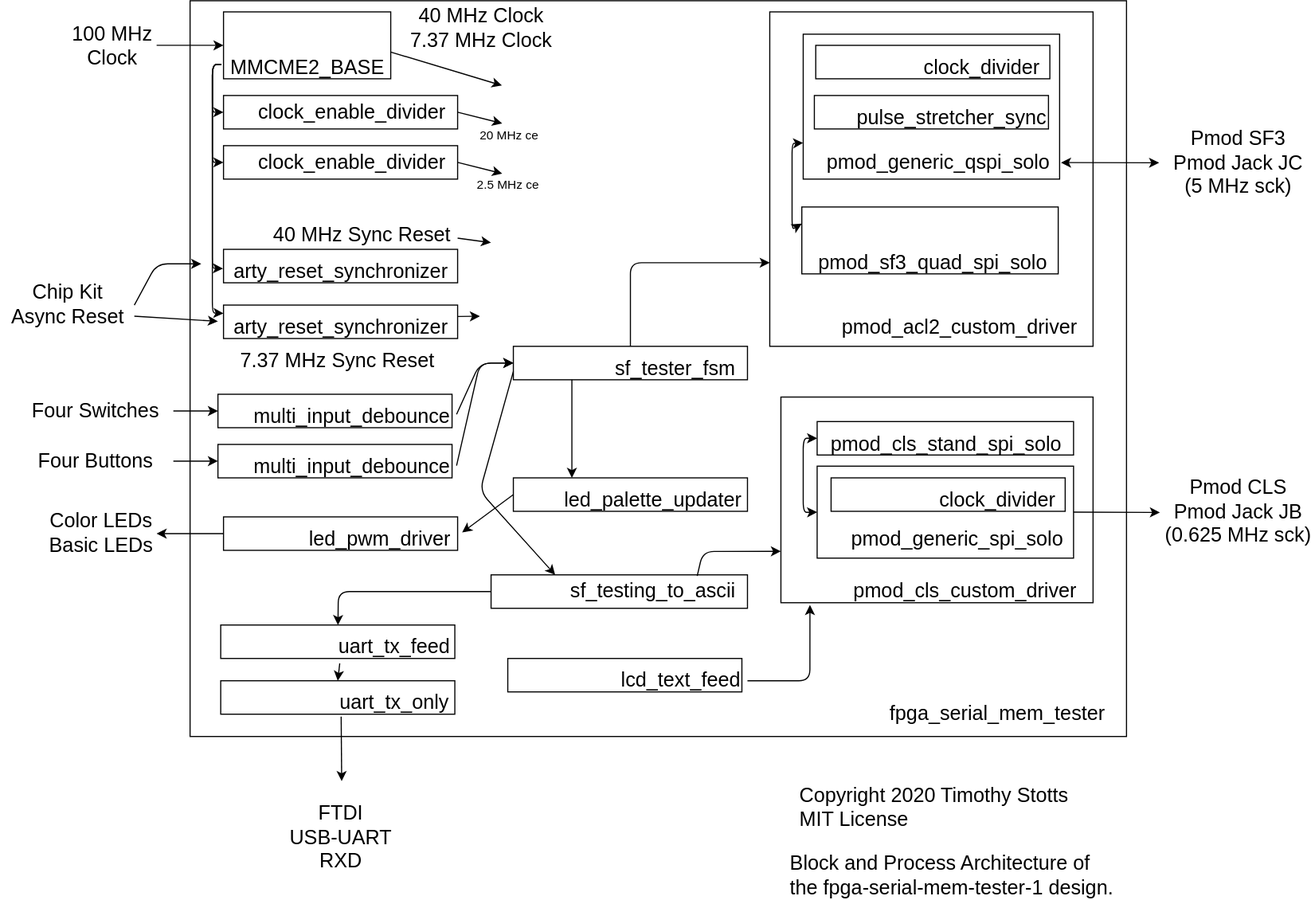
Above: SF-Tester-Design-Documents/SF-Tester-Design-Diagrams-Architecture 1.svg in timothystotts/fpga-serial-mem-tester-1 (draw.io), before the change. Source tidied: cells renumbered, new cells last; positions are measured from the earlier drawing's top-left corner, leaving out a move shared by most shapes.
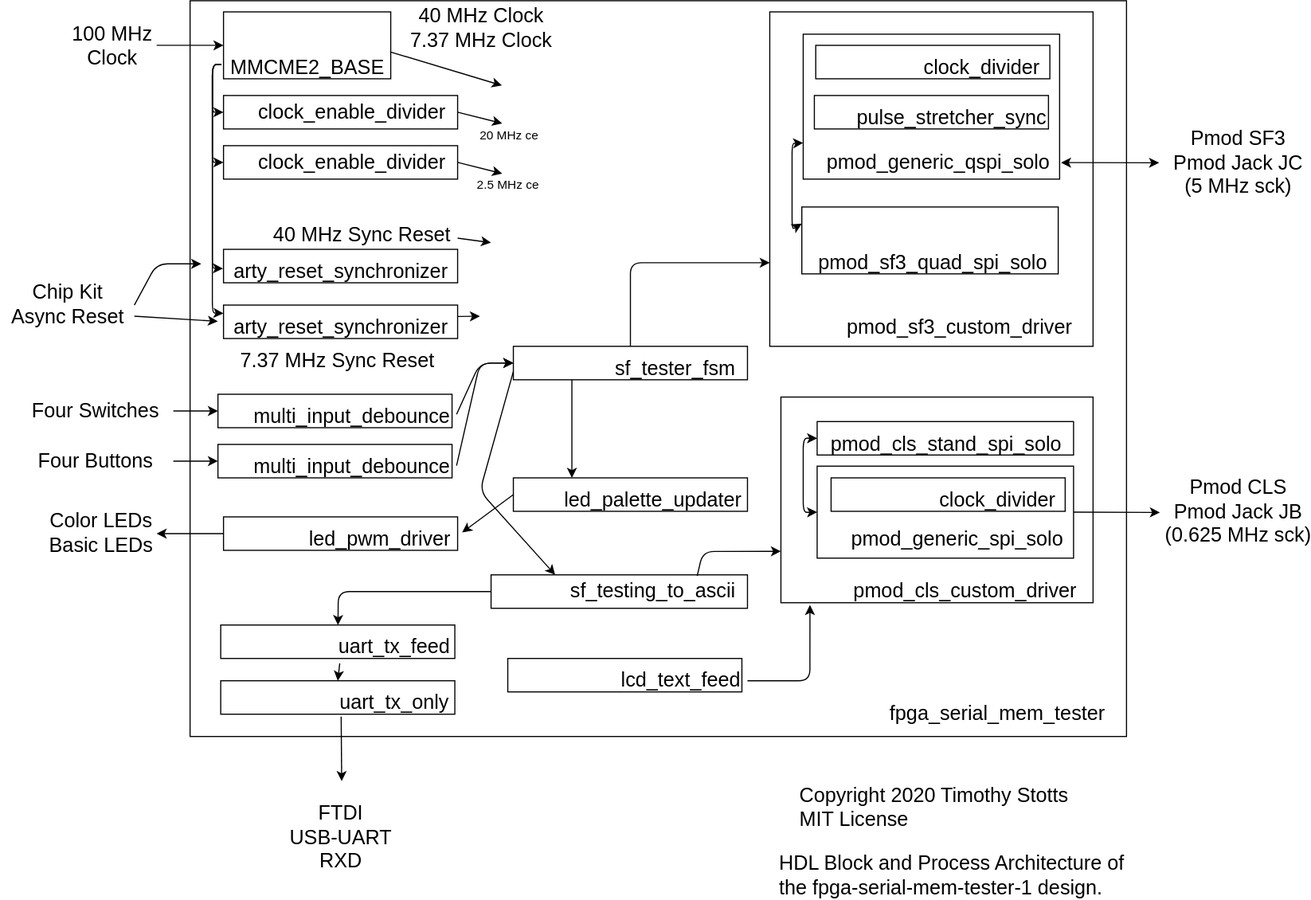
Above is the later version.

Commit message:
Updated the SF Tester Design Diagrams to revision 8A with a clerical change to the Architecture 1 diagram. Updated the README.md with whitespace correction.

What changed in the source:
```diff
@@ -44,8 +44,8 @@
     <mxCell id="15" style="rounded=0;whiteSpace=wrap;html=1;" parent="1" vertex="1">
       <mxGeometry x="690" y="10" width="290" height="300" as="geometry" />
     </mxCell>
-    <mxCell id="16" value="&lt;font style=&quot;font-size: 18px&quot;&gt;pmod_acl2_custom_driver&lt;/font&gt;" style="text;html=1;align=center;verticalAlign=middle;fillColor=none;strokeColor=none;rounded=0;" parent="1" vertex="1">
-      <mxGeometry x="745" y="283" width="230" height="20" as="geometry" />
+    <mxCell id="16" value="&lt;font style=&quot;font-size: 18px&quot;&gt;pmod_sf3_custom_driver&lt;/font&gt;" style="text;html=1;align=center;verticalAlign=middle;fillColor=none;strokeColor=none;rounded=0;" parent="1" vertex="1">
+      <mxGeometry x="750" y="283" width="220" height="20" as="geometry" />
     </mxCell>
     <mxCell id="17" style="rounded=0;whiteSpace=wrap;html=1;" parent="1" vertex="1">
       <mxGeometry x="718.8" y="185" width="230" height="60" as="geometry" />
@@ -187,8 +187,8 @@
     <mxCell id="46" value="&lt;font style=&quot;font-size: 18px&quot;&gt;Chip Kit&lt;br&gt;Async Reset&lt;/font&gt;" style="text;html=1;align=center;verticalAlign=middle;fillColor=none;strokeColor=none;rounded=0;" parent="1" vertex="1">
       <mxGeometry y="253" width="120" height="40" as="geometry" />
     </mxCell>
-    <mxCell id="47" value="&lt;div style=&quot;text-align: left&quot;&gt;&lt;span style=&quot;font-size: 18px&quot;&gt;Block and Process Architecture of&lt;/span&gt;&lt;/div&gt;&lt;font style=&quot;font-size: 18px&quot;&gt;&lt;div style=&quot;text-align: left&quot;&gt;&lt;span&gt;the fpga-serial-mem-tester-1 design.&lt;/span&gt;&lt;/div&gt;&lt;/font&gt;" style="text;html=1;align=center;verticalAlign=middle;" parent="1" vertex="1">
-      <mxGeometry x="697.5" y="765" width="310" height="40" as="geometry" />
+    <mxCell id="47" value="&lt;div style=&quot;text-align: left&quot;&gt;&lt;span style=&quot;font-size: 18px&quot;&gt;HDL Block and Process Architecture of&lt;/span&gt;&lt;/div&gt;&lt;font style=&quot;font-size: 18px&quot;&gt;&lt;div style=&quot;text-align: left&quot;&gt;&lt;span&gt;the fpga-serial-mem-tester-1 design.&lt;/span&gt;&lt;/div&gt;&lt;/font&gt;" style="text;html=1;align=center;verticalAlign=middle;" parent="1" vertex="1">
+      <mxGeometry x="687.5" y="765" width="330" height="40" as="geometry" />
     </mxCell>
     <mxCell id="48" value="&lt;font style=&quot;font-size: 18px&quot;&gt;Copyright 2020 Timothy Stotts&lt;br&gt;MIT License&lt;/font&gt;" style="text;html=1;align=left;verticalAlign=top;spacingTop=-4;" parent="1" vertex="1">
       <mxGeometry x="715" y="700" width="260" height="30" as="geometry" />
```
